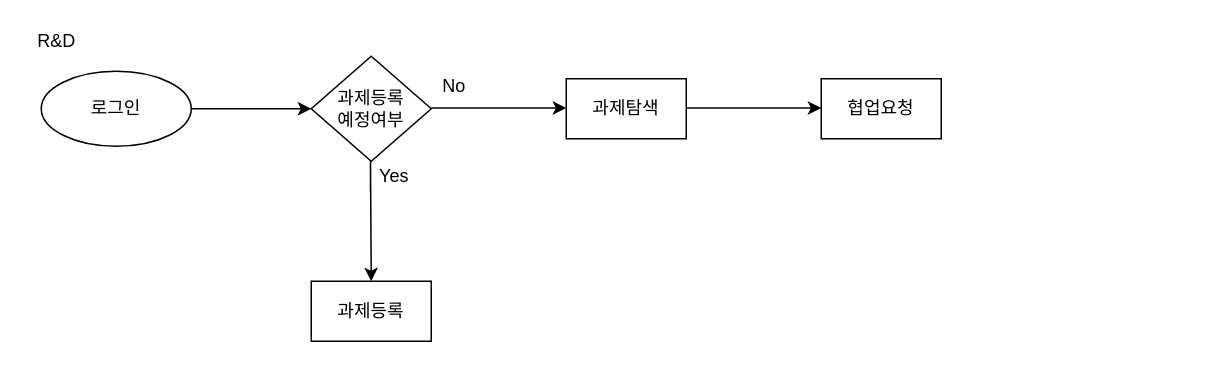
The draw.io diagram cowork.drawio in Lucidhomme/TIL, before the edit. Source tidied: cells renumbered, new cells numbered last; positions are measured from the earlier drawing's top-left corner, leaving out a move shared by most shapes. Both pictures are drawn from the tidied source at 150%, with x=0, y=0 at pixel (26, 26).
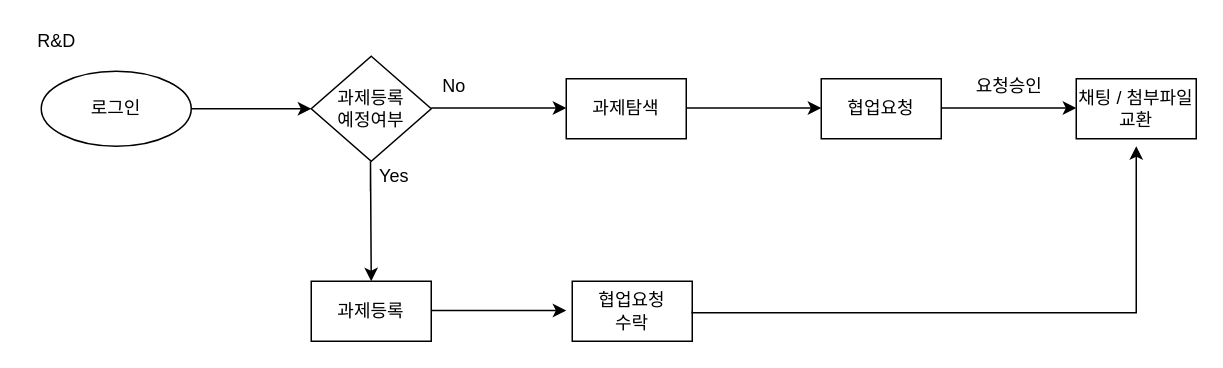
The same diagram, later.

The edit, as a diff of the source:
```diff
@@
+    <mxCell id="14" style="edgeStyle=orthogonalEdgeStyle;rounded=0;orthogonalLoop=1;jettySize=auto;html=1;" parent="1" edge="1">
+      <mxGeometry relative="1" as="geometry">
+        <mxPoint x="610" y="54.5" as="sourcePoint" />
+        <mxPoint x="700" y="54.5" as="targetPoint" />
+        <Array as="points">
+          <mxPoint x="650" y="55" />
+          <mxPoint x="650" y="55" />
+        </Array>
+      </mxGeometry>
+    </mxCell>
+    <mxCell id="15" value="채팅 / 첨부파일 교환" style="rounded=0;whiteSpace=wrap;html=1;" parent="1" vertex="1">
+      <mxGeometry x="700" y="35" width="80" height="40" as="geometry" />
+    </mxCell>
+    <mxCell id="16" value="요청승인" style="text;html=1;align=center;verticalAlign=middle;fillColor=none;strokeColor=none;rounded=0;" parent="1" vertex="1">
+      <mxGeometry x="625" y="30" width="60" height="20" as="geometry" />
+    </mxCell>
+    <mxCell id="17" style="edgeStyle=orthogonalEdgeStyle;rounded=0;orthogonalLoop=1;jettySize=auto;html=1;" parent="1" edge="1">
+      <mxGeometry relative="1" as="geometry">
+        <mxPoint x="270" y="189.5" as="sourcePoint" />
+        <mxPoint x="360" y="189.5" as="targetPoint" />
+        <Array as="points">
+          <mxPoint x="310" y="190" />
+          <mxPoint x="310" y="190" />
+        </Array>
+      </mxGeometry>
+    </mxCell>
+    <mxCell id="18" value="협업요청&lt;br&gt;수락" style="rounded=0;whiteSpace=wrap;html=1;" parent="1" vertex="1">
+      <mxGeometry x="364" y="170" width="80" height="40" as="geometry" />
+    </mxCell>
+    <mxCell id="19" style="edgeStyle=orthogonalEdgeStyle;rounded=0;orthogonalLoop=1;jettySize=auto;html=1;" parent="1" edge="1">
+      <mxGeometry relative="1" as="geometry">
+        <mxPoint x="444" y="190" as="sourcePoint" />
+        <mxPoint x="740" y="80" as="targetPoint" />
+        <Array as="points">
+          <mxPoint x="444" y="191" />
+          <mxPoint x="740" y="191" />
+          <mxPoint x="740" y="80" />
+        </Array>
+      </mxGeometry>
+    </mxCell>
```
